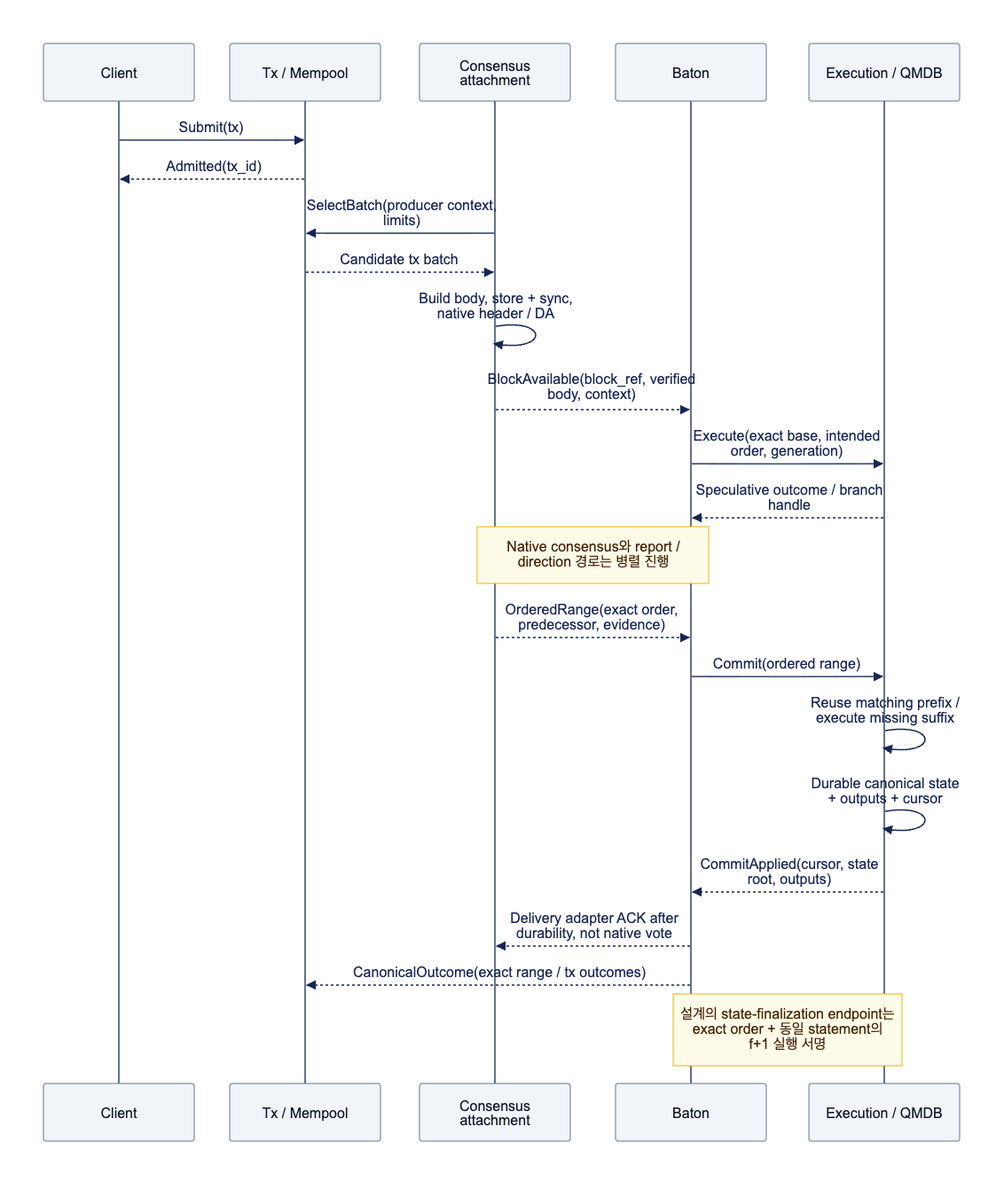
Above: assets/diagrams/diagram-02.png in djm07073/baton-research (Mermaid), before the change. Its source is kept beside it as assets/diagrams/diagram-02.mmd.
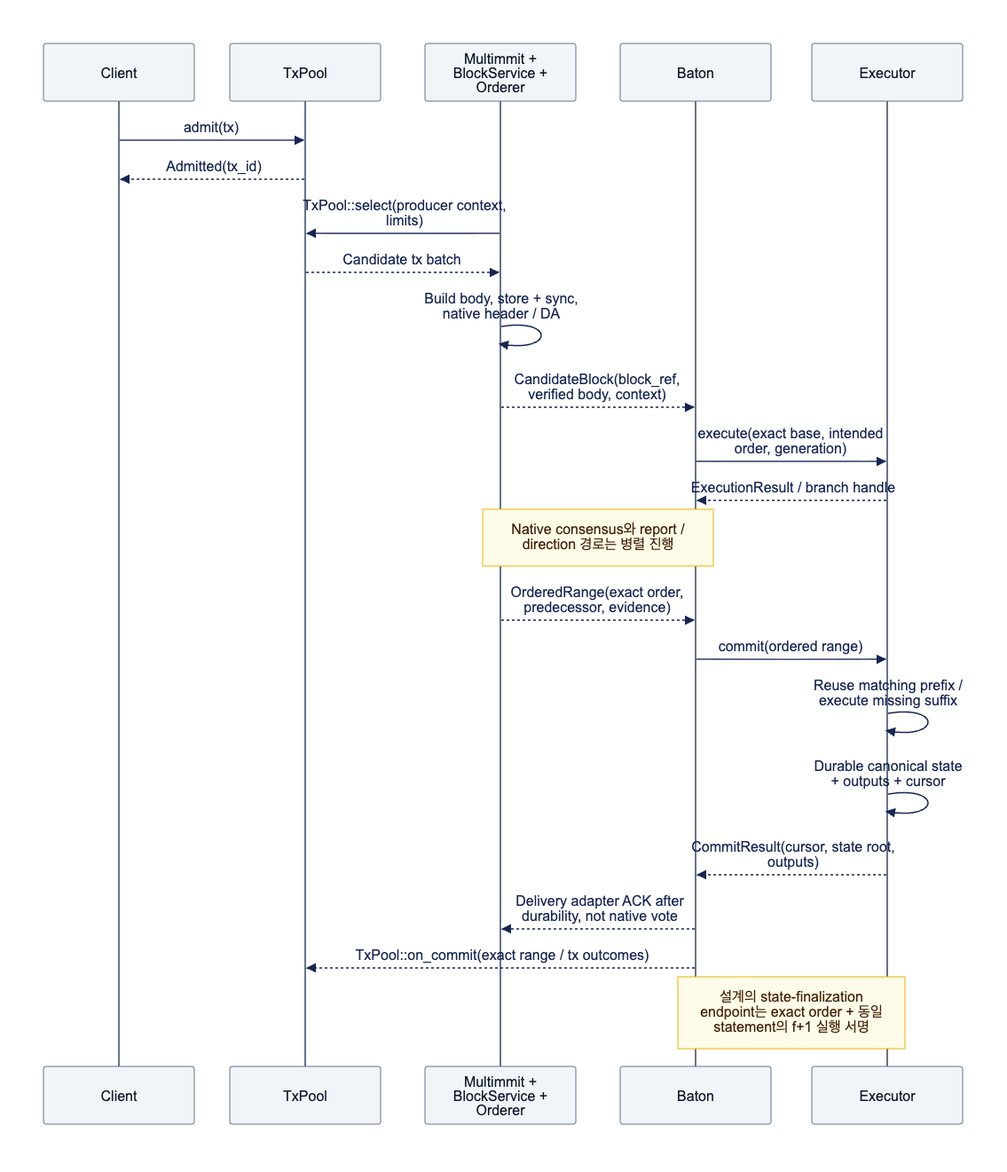
Above is the later version.

The edit, as a diff of the source:
```diff
@@ -1,23 +1,23 @@
 sequenceDiagram
     participant C as Client
-    participant T as Tx / Mempool
-    participant N as Consensus attachment
+    participant T as TxPool
+    participant N as Multimmit + BlockService + Orderer
     participant B as Baton
-    participant E as Execution / QMDB
-    C->>T: Submit(tx)
+    participant E as Executor
+    C->>T: admit(tx)
     T-->>C: Admitted(tx_id)
-    N->>T: SelectBatch(producer context, limits)
+    N->>T: TxPool::select(producer context, limits)
     T-->>N: Candidate tx batch
     N->>N: Build body, store + sync, native header / DA
-    N-->>B: BlockAvailable(block_ref, verified body, context)
-    B->>E: Execute(exact base, intended order, generation)
-    E-->>B: Speculative outcome / branch handle
+    N-->>B: CandidateBlock(block_ref, verified body, context)
+    B->>E: execute(exact base, intended order, generation)
+    E-->>B: ExecutionResult / branch handle
     Note over N,B: Native consensus와 report / direction 경로는 병렬 진행
     N-->>B: OrderedRange(exact order, predecessor, evidence)
-    B->>E: Commit(ordered range)
+    B->>E: commit(ordered range)
     E->>E: Reuse matching prefix / execute missing suffix
     E->>E: Durable canonical state + outputs + cursor
-    E-->>B: CommitApplied(cursor, state root, outputs)
+    E-->>B: CommitResult(cursor, state root, outputs)
     B-->>N: Delivery adapter ACK after durability, not native vote
-    B-->>T: CanonicalOutcome(exact range / tx outcomes)
+    B-->>T: TxPool::on_commit(exact range / tx outcomes)
     Note over B,E: 설계의 state-finalization endpoint는 exact order + 동일 statement의 f+1 실행 서명
```
